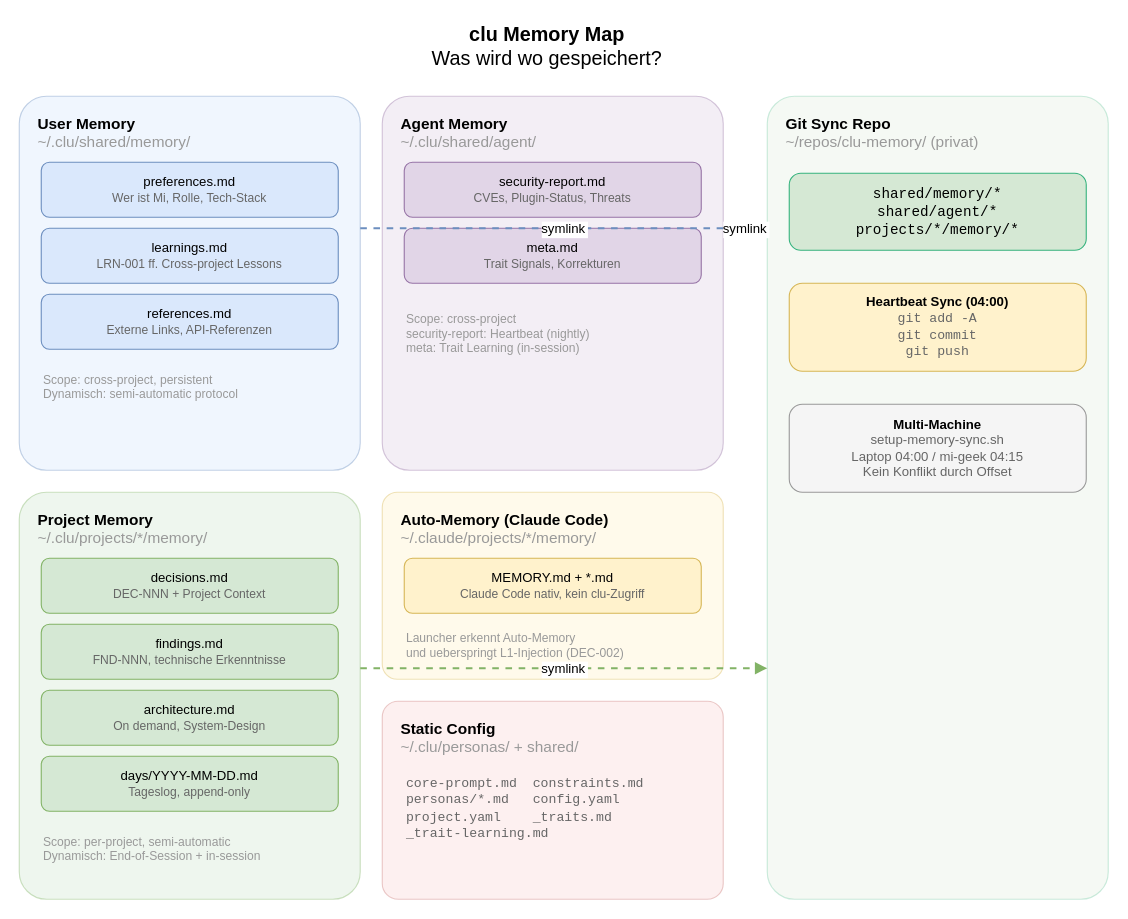
Above: docs/clu-memory-map.drawio in schmitze/clu (draw.io), before the change. Source tidied: cells renumbered, new cells numbered last; positions are measured from the earlier drawing's top-left corner, leaving out a move shared by most shapes. Both pictures are drawn from the tidied source at 110%, with x=0, y=0 at pixel (19, 19).
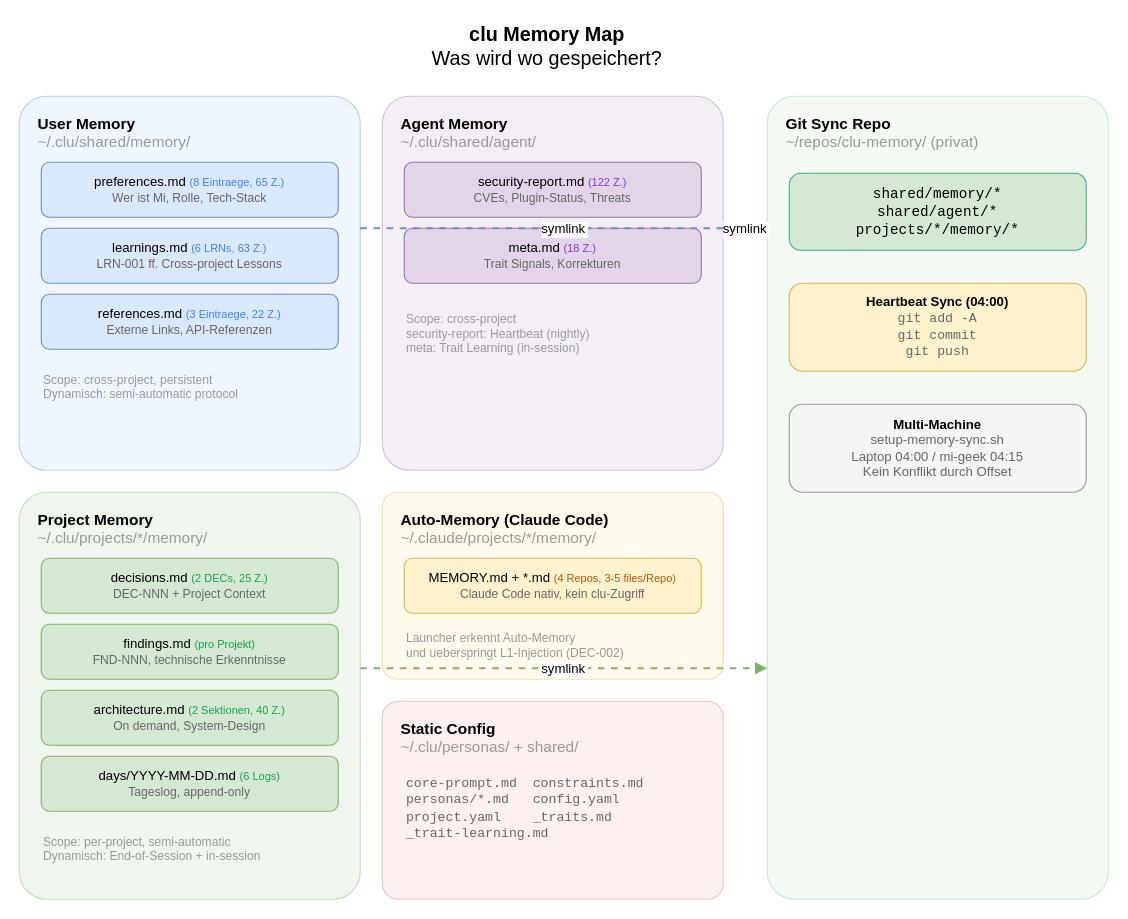
The same diagram, later.

Commit message:
docs: add entry/line counts to memory map diagram

Shows current size of each memory file (entries, lines) so you
get a feel for how much content lives where.

What changed in the source:
```diff
@@
-    <mxCell id="5" value="preferences.md&lt;br&gt;&lt;font color=&quot;#666&quot; style=&quot;font-size:11px&quot;&gt;Wer ist Mi, Rolle, Tech-Stack&lt;/font&gt;" style="rounded=1;whiteSpace=wrap;html=1;fillColor=#dae8fc;strokeColor=#6c8ebf;" parent="1" vertex="1">
+    <mxCell id="5" value="preferences.md &lt;font color=&quot;#3b82f6&quot; style=&quot;font-size:10px&quot;&gt;(8 Eintraege, 65 Z.)&lt;/font&gt;&lt;br&gt;&lt;font color=&quot;#666&quot; style=&quot;font-size:11px&quot;&gt;Wer ist Mi, Rolle, Tech-Stack&lt;/font&gt;" style="rounded=1;whiteSpace=wrap;html=1;fillColor=#dae8fc;strokeColor=#6c8ebf;" parent="1" vertex="1">
       <mxGeometry x="20" y="130" width="270" height="50" as="geometry" />
     </mxCell>
-    <mxCell id="6" value="learnings.md&lt;br&gt;&lt;font color=&quot;#666&quot; style=&quot;font-size:11px&quot;&gt;LRN-001 ff. Cross-project Lessons&lt;/font&gt;" style="rounded=1;whiteSpace=wrap;html=1;fillColor=#dae8fc;strokeColor=#6c8ebf;" parent="1" vertex="1">
+    <mxCell id="6" value="learnings.md &lt;font color=&quot;#3b82f6&quot; style=&quot;font-size:10px&quot;&gt;(6 LRNs, 63 Z.)&lt;/font&gt;&lt;br&gt;&lt;font color=&quot;#666&quot; style=&quot;font-size:11px&quot;&gt;LRN-001 ff. Cross-project Lessons&lt;/font&gt;" style="rounded=1;whiteSpace=wrap;html=1;fillColor=#dae8fc;strokeColor=#6c8ebf;" parent="1" vertex="1">
       <mxGeometry x="20" y="190" width="270" height="50" as="geometry" />
     </mxCell>
-    <mxCell id="7" value="references.md&lt;br&gt;&lt;font color=&quot;#666&quot; style=&quot;font-size:11px&quot;&gt;Externe Links, API-Referenzen&lt;/font&gt;" style="rounded=1;whiteSpace=wrap;html=1;fillColor=#dae8fc;strokeColor=#6c8ebf;" parent="1" vertex="1">
+    <mxCell id="7" value="references.md &lt;font color=&quot;#3b82f6&quot; style=&quot;font-size:10px&quot;&gt;(3 Eintraege, 22 Z.)&lt;/font&gt;&lt;br&gt;&lt;font color=&quot;#666&quot; style=&quot;font-size:11px&quot;&gt;Externe Links, API-Referenzen&lt;/font&gt;" style="rounded=1;whiteSpace=wrap;html=1;fillColor=#dae8fc;strokeColor=#6c8ebf;" parent="1" vertex="1">
       <mxGeometry x="20" y="250" width="270" height="50" as="geometry" />
     </mxCell>
@@
-    <mxCell id="11" value="security-report.md&lt;br&gt;&lt;font color=&quot;#666&quot; style=&quot;font-size:11px&quot;&gt;CVEs, Plugin-Status, Threats&lt;/font&gt;" style="rounded=1;whiteSpace=wrap;html=1;fillColor=#e1d5e7;strokeColor=#9673a6;" parent="1" vertex="1">
+    <mxCell id="11" value="security-report.md &lt;font color=&quot;#7c3aed&quot; style=&quot;font-size:10px&quot;&gt;(122 Z.)&lt;/font&gt;&lt;br&gt;&lt;font color=&quot;#666&quot; style=&quot;font-size:11px&quot;&gt;CVEs, Plugin-Status, Threats&lt;/font&gt;" style="rounded=1;whiteSpace=wrap;html=1;fillColor=#e1d5e7;strokeColor=#9673a6;" parent="1" vertex="1">
       <mxGeometry x="350" y="130" width="270" height="50" as="geometry" />
     </mxCell>
-    <mxCell id="12" value="meta.md&lt;br&gt;&lt;font color=&quot;#666&quot; style=&quot;font-size:11px&quot;&gt;Trait Signals, Korrekturen&lt;/font&gt;" style="rounded=1;whiteSpace=wrap;html=1;fillColor=#e1d5e7;strokeColor=#9673a6;" parent="1" vertex="1">
+    <mxCell id="12" value="meta.md &lt;font color=&quot;#7c3aed&quot; style=&quot;font-size:10px&quot;&gt;(18 Z.)&lt;/font&gt;&lt;br&gt;&lt;font color=&quot;#666&quot; style=&quot;font-size:11px&quot;&gt;Trait Signals, Korrekturen&lt;/font&gt;" style="rounded=1;whiteSpace=wrap;html=1;fillColor=#e1d5e7;strokeColor=#9673a6;" parent="1" vertex="1">
       <mxGeometry x="350" y="190" width="270" height="50" as="geometry" />
     </mxCell>
@@
-    <mxCell id="16" value="decisions.md&lt;br&gt;&lt;font color=&quot;#666&quot; style=&quot;font-size:11px&quot;&gt;DEC-NNN + Project Context&lt;/font&gt;" style="rounded=1;whiteSpace=wrap;html=1;fillColor=#d5e8d4;strokeColor=#82b366;" parent="1" vertex="1">
+    <mxCell id="16" value="decisions.md &lt;font color=&quot;#16a34a&quot; style=&quot;font-size:10px&quot;&gt;(2 DECs, 25 Z.)&lt;/font&gt;&lt;br&gt;&lt;font color=&quot;#666&quot; style=&quot;font-size:11px&quot;&gt;DEC-NNN + Project Context&lt;/font&gt;" style="rounded=1;whiteSpace=wrap;html=1;fillColor=#d5e8d4;strokeColor=#82b366;" parent="1" vertex="1">
       <mxGeometry x="20" y="490" width="270" height="50" as="geometry" />
     </mxCell>
-    <mxCell id="17" value="findings.md&lt;br&gt;&lt;font color=&quot;#666&quot; style=&quot;font-size:11px&quot;&gt;FND-NNN, technische Erkenntnisse&lt;/font&gt;" style="rounded=1;whiteSpace=wrap;html=1;fillColor=#d5e8d4;strokeColor=#82b366;" parent="1" vertex="1">
+    <mxCell id="17" value="findings.md &lt;font color=&quot;#16a34a&quot; style=&quot;font-size:10px&quot;&gt;(pro Projekt)&lt;/font&gt;&lt;br&gt;&lt;font color=&quot;#666&quot; style=&quot;font-size:11px&quot;&gt;FND-NNN, technische Erkenntnisse&lt;/font&gt;" style="rounded=1;whiteSpace=wrap;html=1;fillColor=#d5e8d4;strokeColor=#82b366;" parent="1" vertex="1">
       <mxGeometry x="20" y="550" width="270" height="50" as="geometry" />
     </mxCell>
-    <mxCell id="18" value="architecture.md&lt;br&gt;&lt;font color=&quot;#666&quot; style=&quot;font-size:11px&quot;&gt;On demand, System-Design&lt;/font&gt;" style="rounded=1;whiteSpace=wrap;html=1;fillColor=#d5e8d4;strokeColor=#82b366;" parent="1" vertex="1">
+    <mxCell id="18" value="architecture.md &lt;font color=&quot;#16a34a&quot; style=&quot;font-size:10px&quot;&gt;(2 Sektionen, 40 Z.)&lt;/font&gt;&lt;br&gt;&lt;font color=&quot;#666&quot; style=&quot;font-size:11px&quot;&gt;On demand, System-Design&lt;/font&gt;" style="rounded=1;whiteSpace=wrap;html=1;fillColor=#d5e8d4;strokeColor=#82b366;" parent="1" vertex="1">
       <mxGeometry x="20" y="610" width="270" height="50" as="geometry" />
     </mxCell>
-    <mxCell id="19" value="days/YYYY-MM-DD.md&lt;br&gt;&lt;font color=&quot;#666&quot; style=&quot;font-size:11px&quot;&gt;Tageslog, append-only&lt;/font&gt;" style="rounded=1;whiteSpace=wrap;html=1;fillColor=#d5e8d4;strokeColor=#82b366;" parent="1" vertex="1">
+    <mxCell id="19" value="days/YYYY-MM-DD.md &lt;font color=&quot;#16a34a&quot; style=&quot;font-size:10px&quot;&gt;(6 Logs)&lt;/font&gt;&lt;br&gt;&lt;font color=&quot;#666&quot; style=&quot;font-size:11px&quot;&gt;Tageslog, append-only&lt;/font&gt;" style="rounded=1;whiteSpace=wrap;html=1;fillColor=#d5e8d4;strokeColor=#82b366;" parent="1" vertex="1">
       <mxGeometry x="20" y="670" width="270" height="50" as="geometry" />
     </mxCell>
@@
-    <mxCell id="23" value="MEMORY.md + *.md&lt;br&gt;&lt;font color=&quot;#666&quot; style=&quot;font-size:11px&quot;&gt;Claude Code nativ, kein clu-Zugriff&lt;/font&gt;" style="rounded=1;whiteSpace=wrap;html=1;fillColor=#fff2cc;strokeColor=#d6b656;" parent="1" vertex="1">
+    <mxCell id="23" value="MEMORY.md + *.md &lt;font color=&quot;#b45309&quot; style=&quot;font-size:10px&quot;&gt;(4 Repos, 3-5 files/Repo)&lt;/font&gt;&lt;br&gt;&lt;font color=&quot;#666&quot; style=&quot;font-size:11px&quot;&gt;Claude Code nativ, kein clu-Zugriff&lt;/font&gt;" style="rounded=1;whiteSpace=wrap;html=1;fillColor=#fff2cc;strokeColor=#d6b656;" parent="1" vertex="1">
       <mxGeometry x="350" y="490" width="270" height="50" as="geometry" />
     </mxCell>
```
